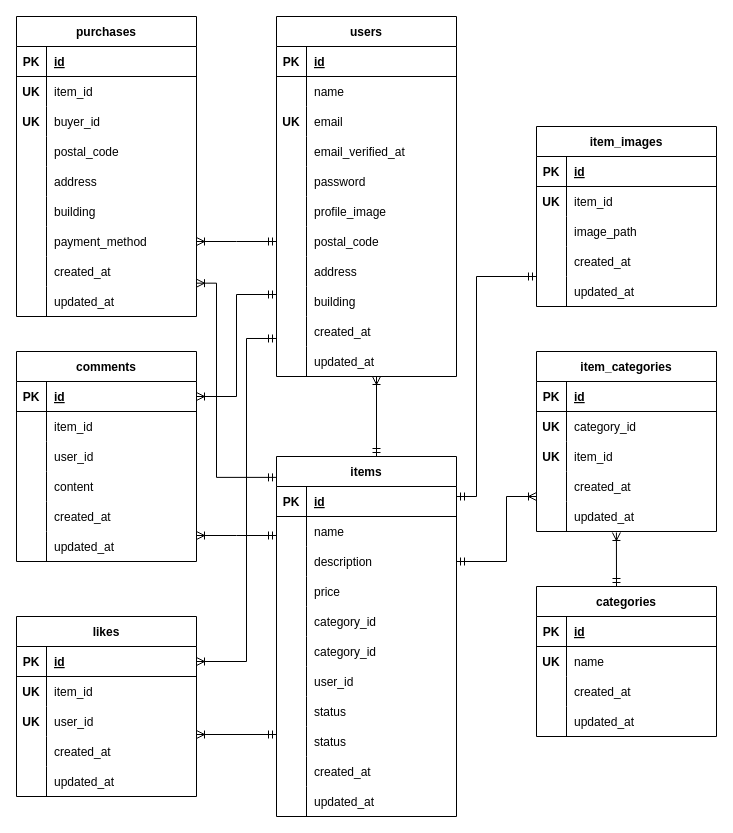
Before: diagram.drawio in ichiki925/flea-market-app, a draw.io diagram. Source tidied: cells renumbered, new cells numbered last; positions are measured from the earlier drawing's top-left corner, leaving out a move shared by most shapes. Both pictures are drawn from the tidied source at 100%, with x=0, y=0 at pixel (16, 16).
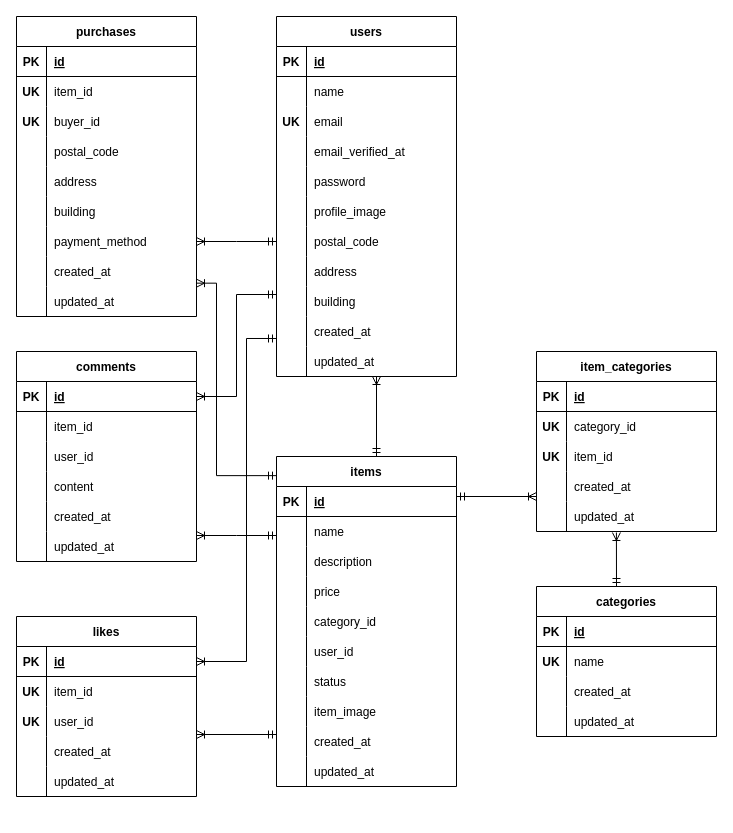
The same page after the edit.

Unchanged cells that the change refers to:
```xml
<mxCell id="122" style="shape=tableRow;horizontal=0;startSize=0;swimlaneHead=0;swimlaneBody=0;fillColor=none;points=[[0,0.5],[1,0.5]];portConstraint=eastwest;top=0;left=0;right=0;bottom=0;" parent="115" vertex="1">
  <mxGeometry y="90" width="180" height="30" as="geometry" />
</mxCell>
<mxCell id="131" style="shape=tableRow;horizontal=0;startSize=0;swimlaneHead=0;swimlaneBody=0;fillColor=none;top=0;left=0;right=0;bottom=0;" parent="115" vertex="1">
  <mxGeometry y="180" width="180" height="30" as="geometry" />
</mxCell>
<mxCell id="134" style="shape=tableRow;horizontal=0;startSize=0;swimlaneHead=0;swimlaneBody=0;fillColor=none;top=0;left=0;right=0;bottom=0;" parent="115" vertex="1">
  <mxGeometry y="210" width="180" height="30" as="geometry" />
</mxCell>
<mxCell id="137" style="shape=tableRow;horizontal=0;startSize=0;swimlaneHead=0;swimlaneBody=0;fillColor=none;top=0;left=0;right=0;bottom=0;" parent="115" vertex="1">
  <mxGeometry y="240" width="180" height="30" as="geometry" />
</mxCell>
<mxCell id="140" style="shape=tableRow;horizontal=0;startSize=0;swimlaneHead=0;swimlaneBody=0;fillColor=none;top=0;left=0;right=0;bottom=0;" parent="115" vertex="1">
  <mxGeometry y="270" width="180" height="30" as="geometry" />
</mxCell>
<mxCell id="143" style="shape=tableRow;horizontal=0;startSize=0;swimlaneHead=0;swimlaneBody=0;fillColor=none;top=0;left=0;right=0;bottom=0;" parent="115" vertex="1">
  <mxGeometry y="300" width="180" height="30" as="geometry" />
</mxCell>
```

Change to the diagram source:
```diff
@@
-    <mxCell id="36" value="item_images" style="shape=table;startSize=30;childLayout=tableLayout;rowLines=0;fontStyle=1;align=center;" parent="1" vertex="1">
-      <mxGeometry x="520" y="110" width="180" height="180" as="geometry" />
-    </mxCell>
-    <mxCell id="37" style="shape=tableRow;horizontal=0;startSize=0;swimlaneHead=0;swimlaneBody=0;fillColor=none;top=0;left=0;right=0;bottom=1;" parent="36" vertex="1">
-      <mxGeometry y="30" width="180" height="30" as="geometry" />
-    </mxCell>
-    <mxCell id="38" value="PK" style="shape=partialRectangle;fillColor=none;top=0;left=0;bottom=0;right=0;fontStyle=1;overflow=hidden;" parent="37" vertex="1">
-      <mxGeometry width="30" height="30" as="geometry" />
-    </mxCell>
-    <mxCell id="39" value="id" style="shape=partialRectangle;fillColor=none;top=0;left=0;bottom=0;right=0;align=left;spacingLeft=6;fontStyle=5;overflow=hidden;" parent="37" vertex="1">
-      <mxGeometry x="30" width="150" height="30" as="geometry" />
-    </mxCell>
-    <mxCell id="40" style="shape=tableRow;horizontal=0;startSize=0;swimlaneHead=0;swimlaneBody=0;fillColor=none;top=0;left=0;right=0;bottom=0;" parent="36" vertex="1">
-      <mxGeometry y="60" width="180" height="30" as="geometry" />
-    </mxCell>
-    <mxCell id="41" value="UK" style="shape=partialRectangle;fillColor=none;top=0;left=0;bottom=0;right=0;overflow=hidden;fontStyle=1;" parent="40" vertex="1">
-      <mxGeometry width="30" height="30" as="geometry" />
-    </mxCell>
-    <mxCell id="42" value="item_id" style="shape=partialRectangle;fillColor=none;top=0;left=0;bottom=0;right=0;align=left;spacingLeft=6;overflow=hidden;" parent="40" vertex="1">
-      <mxGeometry x="30" width="150" height="30" as="geometry" />
-    </mxCell>
-    <mxCell id="43" style="shape=tableRow;horizontal=0;startSize=0;swimlaneHead=0;swimlaneBody=0;fillColor=none;top=0;left=0;right=0;bottom=0;" parent="36" vertex="1">
-      <mxGeometry y="90" width="180" height="30" as="geometry" />
-    </mxCell>
-    <mxCell id="44" style="shape=partialRectangle;fillColor=none;top=0;left=0;bottom=0;right=0;overflow=hidden;" parent="43" vertex="1">
-      <mxGeometry width="30" height="30" as="geometry" />
-    </mxCell>
-    <mxCell id="45" value="image_path" style="shape=partialRectangle;fillColor=none;top=0;left=0;bottom=0;right=0;align=left;spacingLeft=6;overflow=hidden;" parent="43" vertex="1">
-      <mxGeometry x="30" width="150" height="30" as="geometry" />
-    </mxCell>
-    <mxCell id="46" style="shape=tableRow;horizontal=0;startSize=0;swimlaneHead=0;swimlaneBody=0;fillColor=none;top=0;left=0;right=0;bottom=0;" parent="36" vertex="1">
-      <mxGeometry y="120" width="180" height="30" as="geometry" />
-    </mxCell>
-    <mxCell id="47" style="shape=partialRectangle;fillColor=none;top=0;left=0;bottom=0;right=0;overflow=hidden;" parent="46" vertex="1">
-      <mxGeometry width="30" height="30" as="geometry" />
-    </mxCell>
-    <mxCell id="48" value="created_at" style="shape=partialRectangle;fillColor=none;top=0;left=0;bottom=0;right=0;align=left;spacingLeft=6;overflow=hidden;" parent="46" vertex="1">
-      <mxGeometry x="30" width="150" height="30" as="geometry" />
-    </mxCell>
-    <mxCell id="49" style="shape=tableRow;horizontal=0;startSize=0;swimlaneHead=0;swimlaneBody=0;fillColor=none;top=0;left=0;right=0;bottom=0;" parent="36" vertex="1">
-      <mxGeometry y="150" width="180" height="30" as="geometry" />
-    </mxCell>
-    <mxCell id="50" style="shape=partialRectangle;fillColor=none;top=0;left=0;bottom=0;right=0;overflow=hidden;" parent="49" vertex="1">
-      <mxGeometry width="30" height="30" as="geometry" />
-    </mxCell>
-    <mxCell id="51" value="updated_at" style="shape=partialRectangle;fillColor=none;top=0;left=0;bottom=0;right=0;align=left;spacingLeft=6;overflow=hidden;" parent="49" vertex="1">
-      <mxGeometry x="30" width="150" height="30" as="geometry" />
-    </mxCell>
@@
     <mxCell id="115" value="items" style="shape=table;startSize=30;childLayout=tableLayout;rowLines=0;fontStyle=1;align=center;" parent="1" vertex="1">
-      <mxGeometry x="260" y="440" width="180" height="360" as="geometry" />
+      <mxGeometry x="260" y="440" width="180" height="330" as="geometry" />
     </mxCell>
@@
-    <mxCell id="133" value="category_id" style="shape=partialRectangle;fillColor=none;top=0;left=0;bottom=0;right=0;align=left;spacingLeft=6;overflow=hidden;" parent="131" vertex="1">
+    <mxCell id="133" value="user_id" style="shape=partialRectangle;fillColor=none;top=0;left=0;bottom=0;right=0;align=left;spacingLeft=6;overflow=hidden;" parent="131" vertex="1">
       <mxGeometry x="30" width="150" height="30" as="geometry" />
     </mxCell>
@@
-    <mxCell id="136" value="user_id" style="shape=partialRectangle;fillColor=none;top=0;left=0;bottom=0;right=0;align=left;spacingLeft=6;overflow=hidden;" parent="134" vertex="1">
+    <mxCell id="136" value="status" style="shape=partialRectangle;fillColor=none;top=0;left=0;bottom=0;right=0;align=left;spacingLeft=6;overflow=hidden;" parent="134" vertex="1">
       <mxGeometry x="30" width="150" height="30" as="geometry" />
     </mxCell>
@@
-    <mxCell id="139" value="status" style="shape=partialRectangle;fillColor=none;top=0;left=0;bottom=0;right=0;align=left;spacingLeft=6;overflow=hidden;" parent="137" vertex="1">
+    <mxCell id="139" value="item_image" style="shape=partialRectangle;fillColor=none;top=0;left=0;bottom=0;right=0;align=left;spacingLeft=6;overflow=hidden;" parent="137" vertex="1">
       <mxGeometry x="30" width="150" height="30" as="geometry" />
     </mxCell>
@@
-    <mxCell id="142" value="status" style="shape=partialRectangle;fillColor=none;top=0;left=0;bottom=0;right=0;align=left;spacingLeft=6;overflow=hidden;" parent="140" vertex="1">
+    <mxCell id="142" value="created_at" style="shape=partialRectangle;fillColor=none;top=0;left=0;bottom=0;right=0;align=left;spacingLeft=6;overflow=hidden;" parent="140" vertex="1">
       <mxGeometry x="30" width="150" height="30" as="geometry" />
     </mxCell>
@@
-    <mxCell id="145" value="created_at" style="shape=partialRectangle;fillColor=none;top=0;left=0;bottom=0;right=0;align=left;spacingLeft=6;overflow=hidden;" parent="143" vertex="1">
+    <mxCell id="145" value="updated_at" style="shape=partialRectangle;fillColor=none;top=0;left=0;bottom=0;right=0;align=left;spacingLeft=6;overflow=hidden;" parent="143" vertex="1">
       <mxGeometry x="30" width="150" height="30" as="geometry" />
     </mxCell>
-    <mxCell id="146" style="shape=tableRow;horizontal=0;startSize=0;swimlaneHead=0;swimlaneBody=0;fillColor=none;top=0;left=0;right=0;bottom=0;" parent="115" vertex="1">
-      <mxGeometry y="330" width="180" height="30" as="geometry" />
-    </mxCell>
-    <mxCell id="147" style="shape=partialRectangle;fillColor=none;top=0;left=0;bottom=0;right=0;overflow=hidden;" parent="146" vertex="1">
-      <mxGeometry width="30" height="30" as="geometry" />
-    </mxCell>
-    <mxCell id="148" value="updated_at" style="shape=partialRectangle;fillColor=none;top=0;left=0;bottom=0;right=0;align=left;spacingLeft=6;overflow=hidden;" parent="146" vertex="1">
-      <mxGeometry x="30" width="150" height="30" as="geometry" />
-    </mxCell>
@@
-    <mxCell id="179" style="edgeStyle=elbowEdgeStyle;fontSize=12;html=1;endArrow=ERoneToMany;startArrow=ERmandOne;rounded=0;exitX=1;exitY=0.5;exitDx=0;exitDy=0;" parent="1" edge="1" source="122">
+    <mxCell id="179" style="fontSize=12;html=1;endArrow=ERoneToMany;startArrow=ERmandOne;rounded=0;" parent="1" edge="1">
       <mxGeometry relative="1" as="geometry">
+        <mxPoint x="440" y="480" as="sourcePoint" />
         <mxPoint x="520" y="480" as="targetPoint" />
-        <Array as="points">
-          <mxPoint x="490" y="530" />
-        </Array>
       </mxGeometry>
     </mxCell>
@@
-    <mxCell id="187" style="edgeStyle=elbowEdgeStyle;fontSize=12;html=1;endArrow=ERmandOne;startArrow=ERmandOne;rounded=0;" parent="1" edge="1">
-      <mxGeometry relative="1" as="geometry">
-        <mxPoint x="440" y="480" as="sourcePoint" />
-        <mxPoint x="520" y="260" as="targetPoint" />
-        <Array as="points">
-          <mxPoint x="460" y="310" />
-        </Array>
-      </mxGeometry>
-    </mxCell>
```
